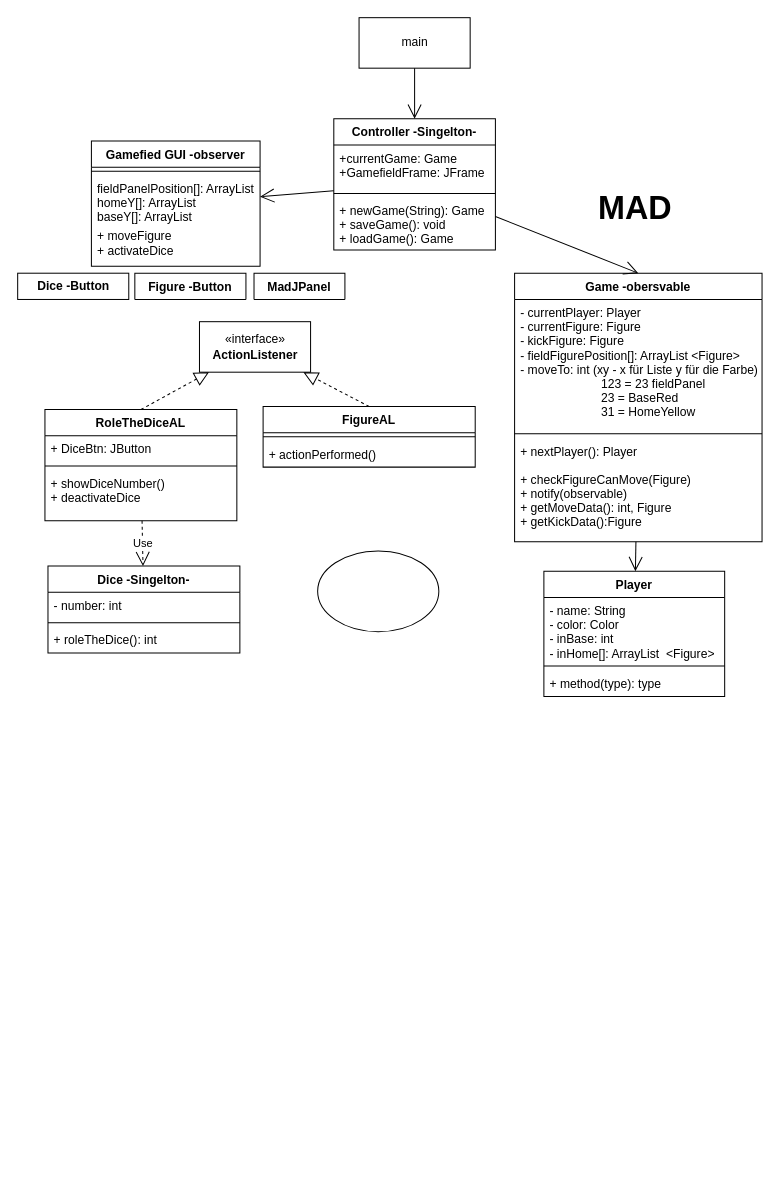
This is MADClassDiagramm.drawio from Derpzz/SPE-MAD, a draw.io file, before an edit. Source tidied: cells renumbered, new cells numbered last; positions are measured from the earlier drawing's top-left corner, leaving out a move shared by most shapes. Both pictures are drawn from the tidied source at 101%, with x=0, y=0 at pixel (17, 17).
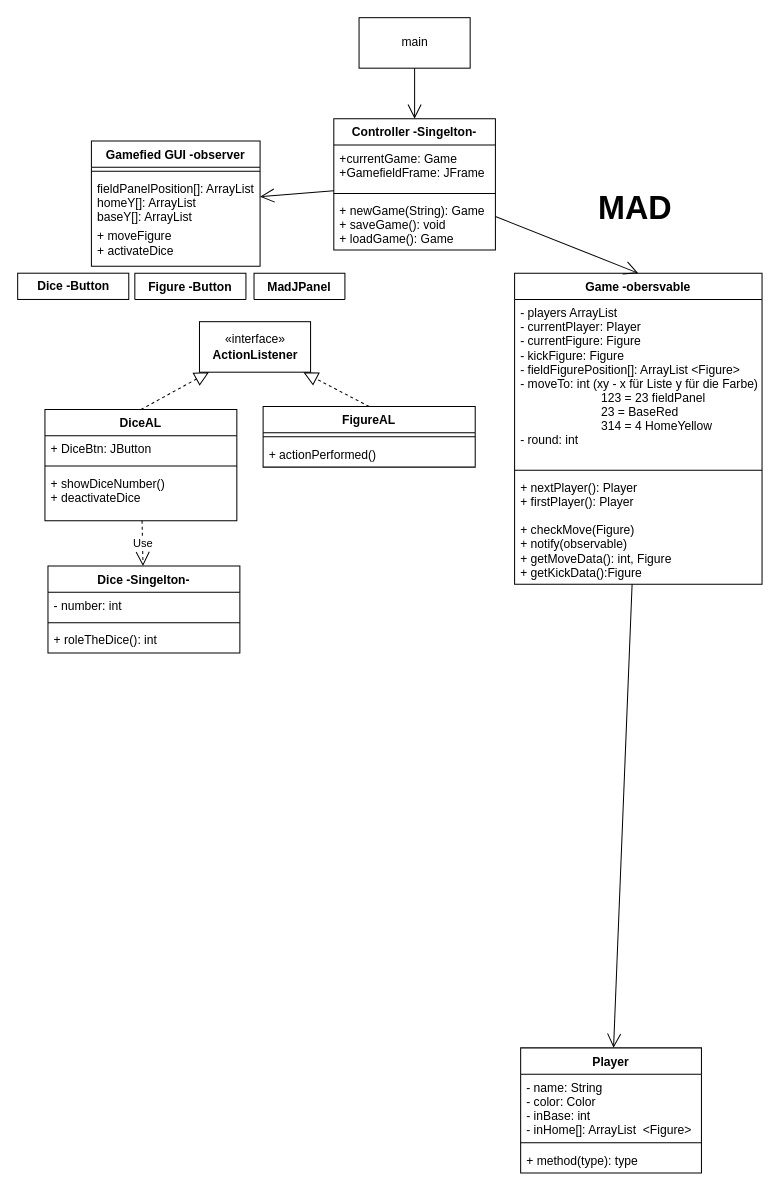
The same diagram, later.

Change to the diagram source:
```diff
@@
     <mxCell id="2" value="Player" style="swimlane;fontStyle=1;align=center;verticalAlign=top;horizontal=1;startSize=26;" parent="1" vertex="1">
-      <mxGeometry x="521" y="548" width="179" height="124" as="geometry" />
+      <mxGeometry x="498" y="1020" width="179" height="124" as="geometry" />
     </mxCell>
@@
     <mxCell id="13" value="Game -obersvable" style="swimlane;fontStyle=1;align=center;verticalAlign=top;horizontal=1;startSize=26;" parent="1" vertex="1">
-      <mxGeometry x="492" y="253" width="245" height="266" as="geometry" />
+      <mxGeometry x="492" y="253" width="245" height="308" as="geometry" />
     </mxCell>
-    <mxCell id="14" value="- currentPlayer: Player&#10;- currentFigure: Figure&#10;- kickFigure: Figure&#10;- fieldFigurePosition[]: ArrayList &lt;Figure&gt;&#10;- moveTo: int (xy - x für Liste y für die Farbe)&#10;                        123 = 23 fieldPanel &#10;                        23 = BaseRed &#10;                        31 = HomeYellow" style="text;strokeColor=none;fillColor=none;align=left;verticalAlign=top;spacingLeft=4;spacingRight=4;overflow=hidden;" parent="13" vertex="1">
-      <mxGeometry y="26" width="245" height="129" as="geometry" />
+    <mxCell id="14" value="- players ArrayList&#10;- currentPlayer: Player&#10;- currentFigure: Figure&#10;- kickFigure: Figure&#10;- fieldFigurePosition[]: ArrayList &lt;Figure&gt;&#10;- moveTo: int (xy - x für Liste y für die Farbe)&#10;                        123 = 23 fieldPanel &#10;                        23 = BaseRed &#10;                        314 = 4 HomeYellow&#10;- round: int" style="text;strokeColor=none;fillColor=none;align=left;verticalAlign=top;spacingLeft=4;spacingRight=4;overflow=hidden;" parent="13" vertex="1">
+      <mxGeometry y="26" width="245" height="165" as="geometry" />
     </mxCell>
     <mxCell id="15" style="line;strokeWidth=1;fillColor=none;align=left;verticalAlign=middle;spacingTop=-1;spacingLeft=3;spacingRight=3;labelPosition=right;" parent="13" vertex="1">
-      <mxGeometry y="155" width="245" height="8" as="geometry" />
+      <mxGeometry y="191" width="245" height="8" as="geometry" />
     </mxCell>
-    <mxCell id="16" value="+ nextPlayer(): Player&#10;&#10;+ checkFigureCanMove(Figure)&#10;+ notify(observable)&#10;+ getMoveData(): int, Figure&#10;+ getKickData():Figure&#10;" style="text;strokeColor=none;fillColor=none;align=left;verticalAlign=top;spacingLeft=4;spacingRight=4;overflow=hidden;" parent="13" vertex="1">
-      <mxGeometry y="163" width="245" height="103" as="geometry" />
+    <mxCell id="16" value="+ nextPlayer(): Player&#10;+ firstPlayer(): Player&#10;&#10;+ checkMove(Figure)&#10;+ notify(observable)&#10;+ getMoveData(): int, Figure&#10;+ getKickData():Figure&#10;&#10;" style="text;strokeColor=none;fillColor=none;align=left;verticalAlign=top;spacingLeft=4;spacingRight=4;overflow=hidden;" parent="13" vertex="1">
+      <mxGeometry y="199" width="245" height="109" as="geometry" />
     </mxCell>
@@
-    <mxCell id="26" value="RoleTheDiceAL" style="swimlane;fontStyle=1;align=center;verticalAlign=top;horizontal=1;startSize=26;rounded=0;" parent="1" vertex="1">
+    <mxCell id="26" value="DiceAL" style="swimlane;fontStyle=1;align=center;verticalAlign=top;horizontal=1;startSize=26;rounded=0;" parent="1" vertex="1">
       <mxGeometry x="27" y="388" width="190" height="110" as="geometry" />
     </mxCell>
@@
-    <mxCell id="42" style="ellipse;whiteSpace=wrap;html=1;" parent="1" vertex="1">
-      <mxGeometry x="297" y="528" width="120" height="80" as="geometry" />
-    </mxCell>
```
